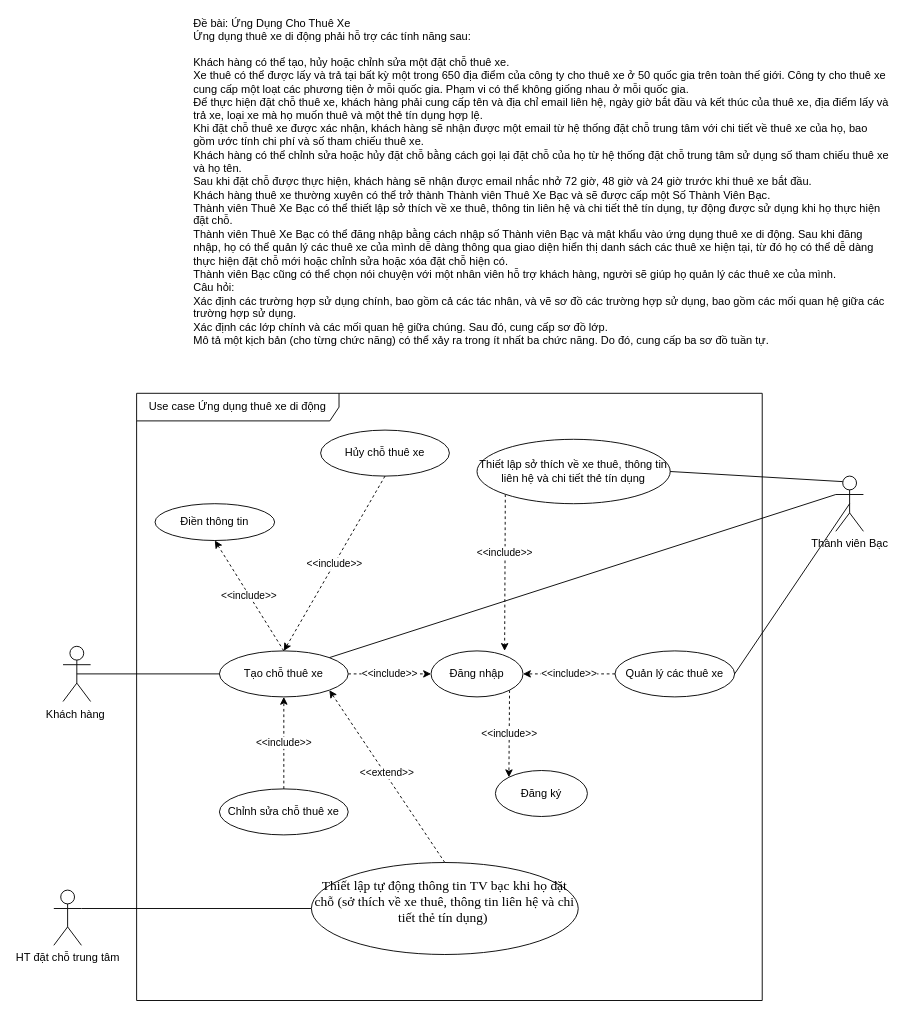
Before: page "Use case - Công nghệ lập trình web" (2 of 2) of CMC/Nháp.drawio in tranthihuong-753/test, a draw.io diagram. Source tidied: cells renumbered, new cells numbered last; positions are measured from the earlier drawing's top-left corner, leaving out a move shared by most shapes. Both pictures are drawn from the tidied source at 92%, with x=0, y=0 at pixel (53, 43).
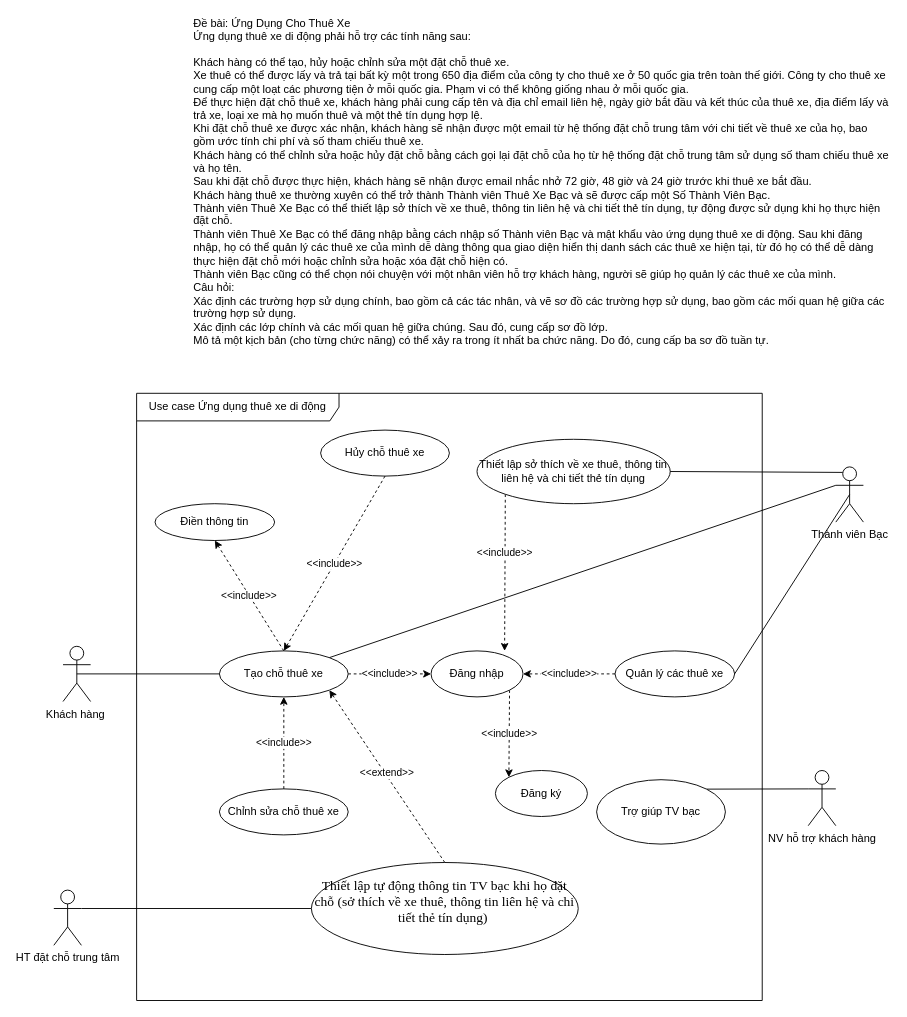
The same page after the edit.

What changed in the source:
```diff
@@
     <mxCell id="22" value="Thành viên Bạc" style="shape=umlActor;verticalLabelPosition=bottom;verticalAlign=top;html=1;" parent="1" vertex="1">
-      <mxGeometry x="850" y="470" width="30" height="60" as="geometry" />
+      <mxGeometry x="850" y="460" width="30" height="60" as="geometry" />
     </mxCell>
@@
+    <mxCell id="29" value="NV hỗ trợ khách hàng" style="shape=umlActor;verticalLabelPosition=bottom;verticalAlign=top;html=1;" parent="1" vertex="1">
+      <mxGeometry x="820" y="790" width="30" height="60" as="geometry" />
+    </mxCell>
@@
+    <mxCell id="30" style="rounded=0;jettySize=auto;html=1;exitX=1;exitY=0;exitDx=0;exitDy=0;entryX=0;entryY=0.3333333333333333;entryDx=0;entryDy=0;entryPerimeter=0;endArrow=none;startFill=0;" parent="1" edge="1" source="31" target="29">
+      <mxGeometry relative="1" as="geometry" />
+    </mxCell>
@@
+    <mxCell id="31" value="Trợ giúp TV bạc" style="ellipse;whiteSpace=wrap;html=1;" parent="1" vertex="1">
+      <mxGeometry x="590" y="800" width="140" height="70" as="geometry" />
+    </mxCell>
```
